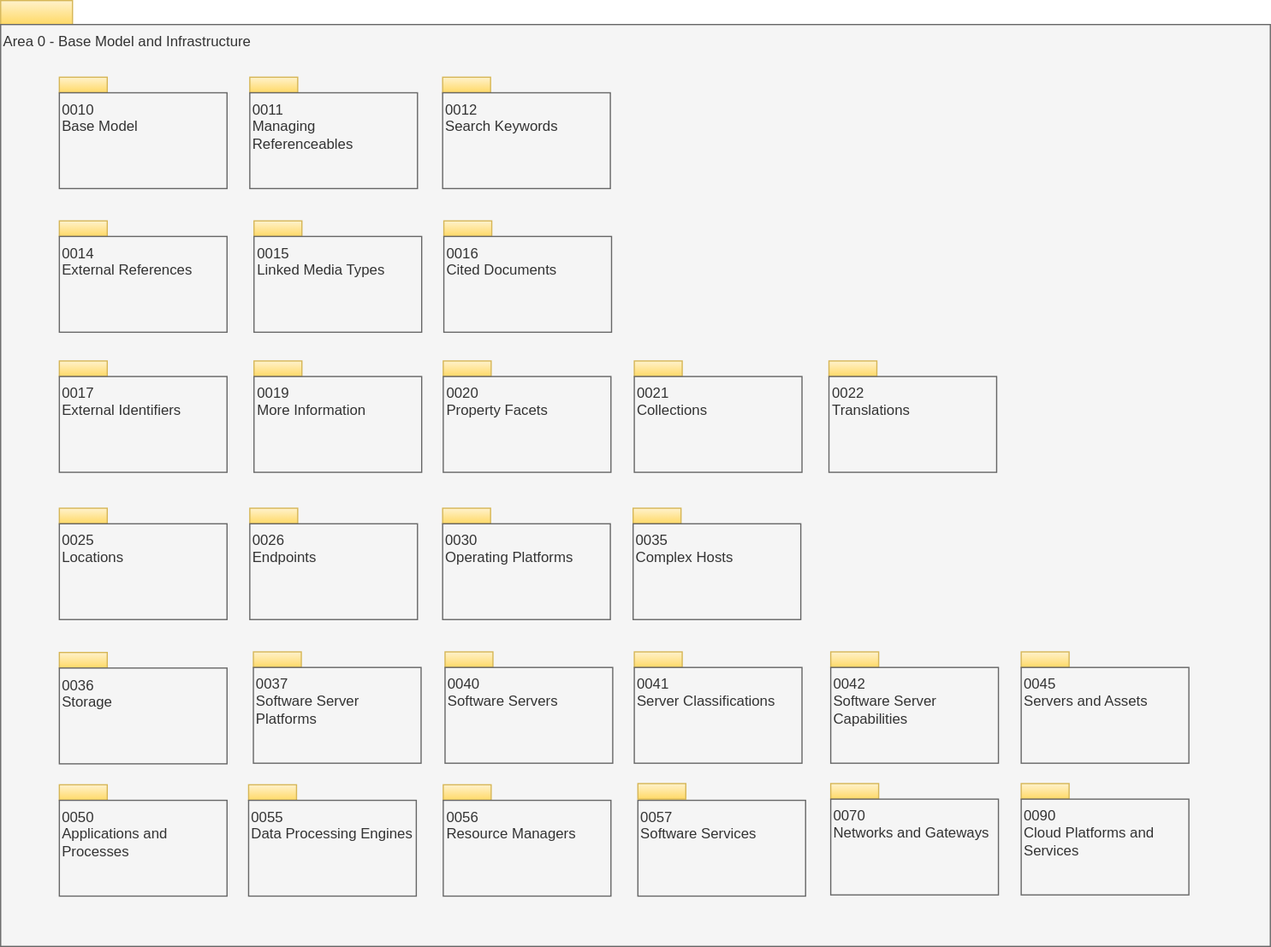
The draw.io diagram site/docs/types/0/area-0-basic-types-and-infrastructure-overview.svg in odpi/egeria-docs, before a commit. Source tidied: cells renumbered, new cells last; positions are measured from the earlier drawing's top-left corner, leaving out a move shared by most shapes.
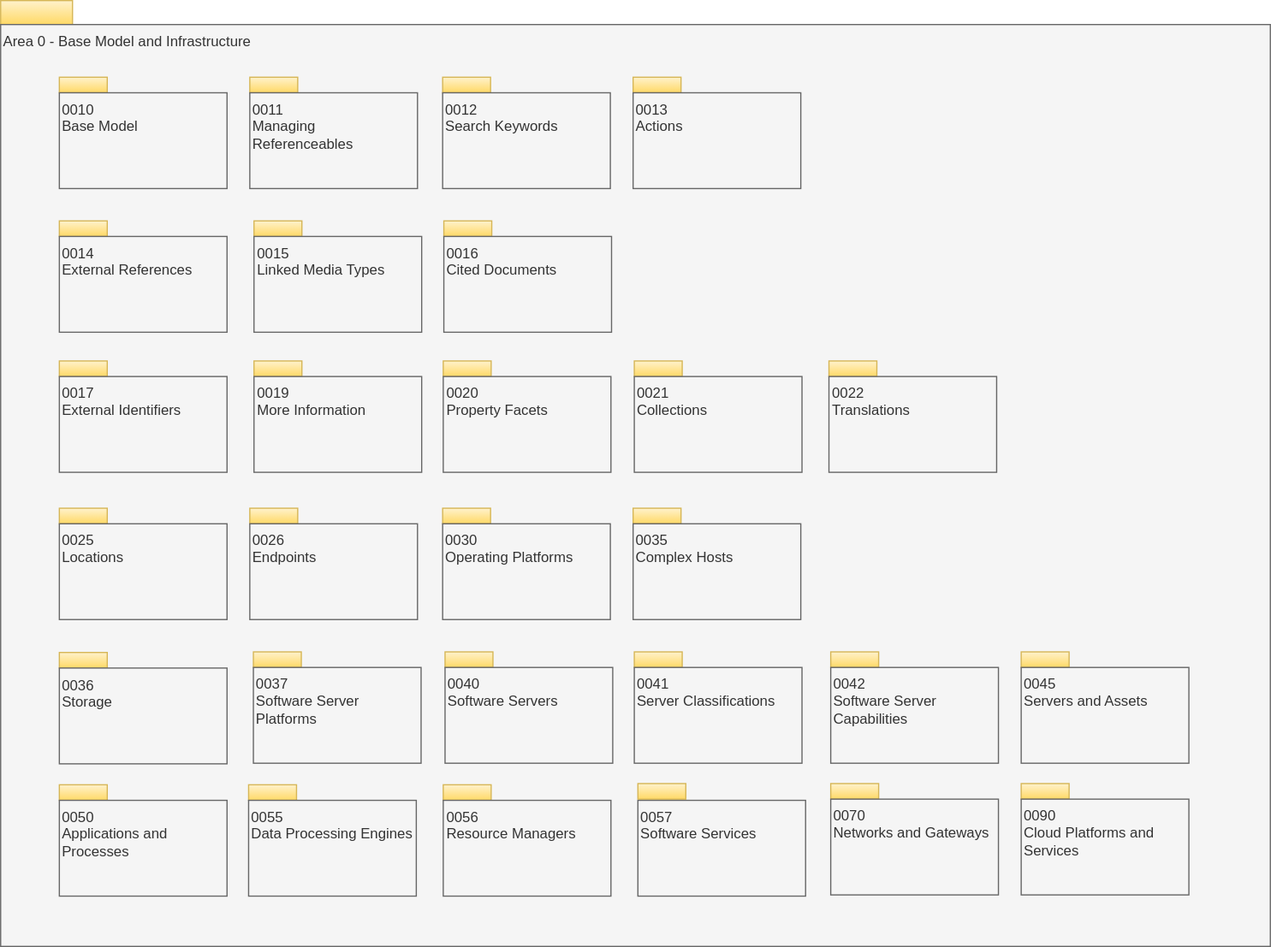
The same diagram one commit later.

The edit, as a diff of the source:
```diff
@@ -170,5 +170,11 @@
     <mxCell id="57" value="0016&lt;br&gt;Cited Documents" style="rounded=0;whiteSpace=wrap;html=1;align=left;verticalAlign=top;fillColor=#f5f5f5;fontColor=#333333;strokeColor=#666666;" parent="1" vertex="1">
       <mxGeometry x="370" y="197" width="140" height="80" as="geometry" />
     </mxCell>
+    <mxCell id="58" style="rounded=0;whiteSpace=wrap;html=1;align=left;fillColor=#fff2cc;strokeColor=#d6b656;gradientColor=#ffd966;" parent="1" vertex="1">
+      <mxGeometry x="528" y="64" width="40" height="13" as="geometry" />
+    </mxCell>
+    <mxCell id="59" value="0013&lt;br&gt;Actions" style="rounded=0;whiteSpace=wrap;html=1;align=left;verticalAlign=top;fillColor=#f5f5f5;fontColor=#333333;strokeColor=#666666;" parent="1" vertex="1">
+      <mxGeometry x="528" y="77" width="140" height="80" as="geometry" />
+    </mxCell>
   </root>
 </mxGraphModel>
```
